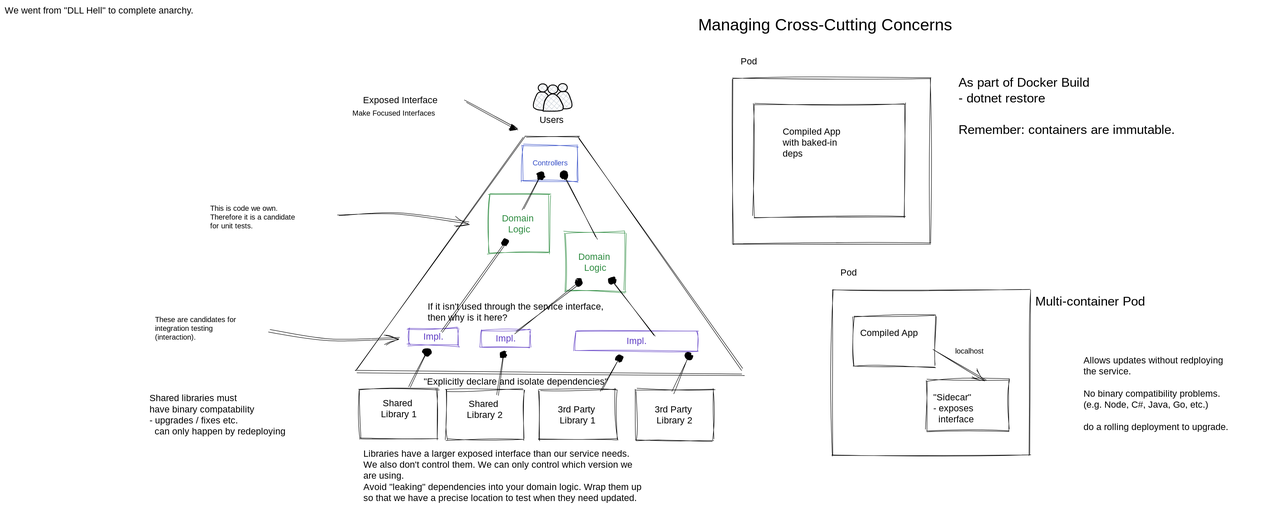
Earlier version of the Excalidraw export instructor-notes/Services Deps and Sidecars.excalidraw.svg (hypertheory-services/services-developer-testing-starter-nov-2022). Source tidied: one line per element, renumbered; positions are measured from the earlier drawing's top-left corner, leaving out a move shared by most shapes.
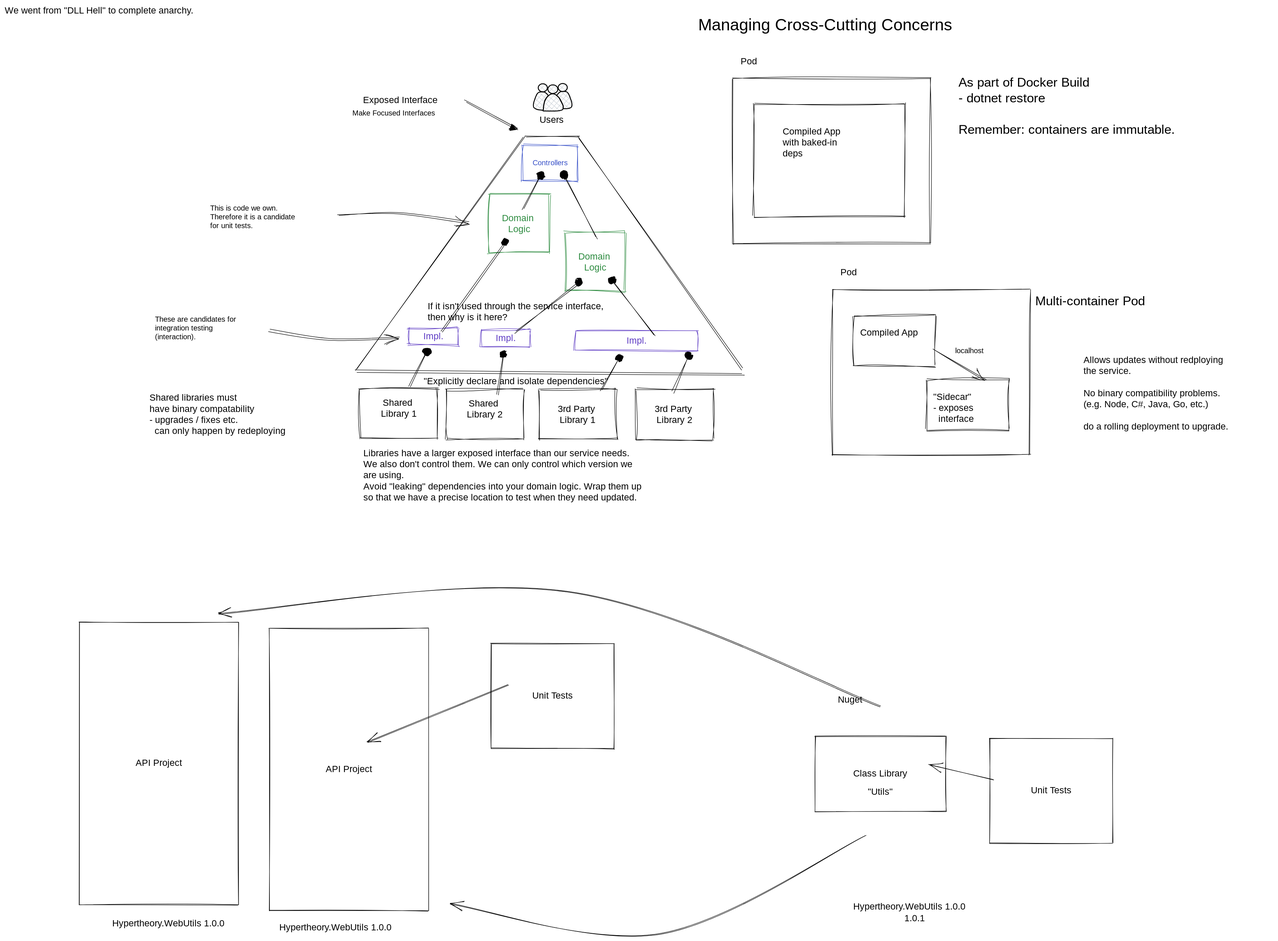
The same diagram one commit later.

Change to the diagram source:
```diff
@@ -66,3 +66,22 @@
 {"id": 65, "type": "text", "text": "This is code we own.\nTherefore it is a candidate\nfor unit tests.", "strokeColor": "#000000", "strokeWidth": 1, "roughness": 2, "fontSize": 16, "fontFamily": 3, "x": 445, "y": 431, "width": 254, "height": 57}
 {"id": 66, "type": "arrow", "strokeColor": "#000000", "strokeWidth": 1, "roughness": 2, "endArrowhead": "arrow", "from": 67, "x": 575, "y": 705, "width": 282, "height": 18, "points": [[0, 0], [130, 18], [282, 15]]}
 {"id": 67, "type": "text", "text": "These are candidates for \nintegration testing\n(interaction). ", "strokeColor": "#000000", "strokeWidth": 1, "roughness": 2, "fontSize": 16, "fontFamily": 3, "x": 326, "y": 672, "width": 235, "height": 57}
+{"id": 68, "type": "rectangle", "strokeColor": "#000000", "strokeWidth": 1, "roughness": 1, "x": 573, "y": 1351, "width": 345, "height": 612}
+{"id": 69, "type": "text", "text": "API Project", "strokeColor": "#000000", "strokeWidth": 1, "roughness": 1, "fontSize": 20, "fontFamily": 1, "textAlign": "center", "verticalAlign": "middle", "inside": 68, "x": 685, "y": 1644, "width": 121, "height": 25}
+{"id": 70, "type": "rectangle", "strokeColor": "#000000", "strokeWidth": 1, "roughness": 1, "x": 1053, "y": 1384, "width": 267, "height": 227}
+{"id": 71, "type": "text", "text": "Unit Tests", "strokeColor": "#000000", "strokeWidth": 1, "roughness": 1, "fontSize": 20, "fontFamily": 1, "textAlign": "center", "verticalAlign": "middle", "inside": 70, "x": 1131, "y": 1485, "width": 111, "height": 25}
+{"id": 72, "type": "arrow", "strokeColor": "#000000", "strokeWidth": 1, "roughness": 1, "endArrowhead": "arrow", "x": 1092, "y": 1474, "width": 305, "height": 123, "points": [[0, 0], [-305, 123]]}
+{"id": 73, "type": "text", "text": "\"Utils\"", "strokeColor": "#000000", "strokeWidth": 1, "roughness": 1, "fontSize": 20, "fontFamily": 1, "x": 1870, "y": 1694, "width": 61, "height": 25}
+{"id": 74, "type": "rectangle", "strokeColor": "#000000", "strokeWidth": 1, "roughness": 1, "x": 1755, "y": 1584, "width": 283, "height": 163}
+{"id": 75, "type": "text", "text": "Class Library", "strokeColor": "#000000", "strokeWidth": 1, "roughness": 1, "fontSize": 20, "fontFamily": 1, "textAlign": "center", "verticalAlign": "middle", "inside": 74, "x": 1831, "y": 1654, "width": 132, "height": 25}
+{"id": 76, "type": "rectangle", "strokeColor": "#000000", "strokeWidth": 1, "roughness": 1, "x": 2133, "y": 1589, "width": 267, "height": 227}
+{"id": 77, "type": "text", "text": "Unit Tests", "strokeColor": "#000000", "strokeWidth": 1, "roughness": 1, "fontSize": 20, "fontFamily": 1, "textAlign": "center", "verticalAlign": "middle", "inside": 76, "x": 2211, "y": 1690, "width": 111, "height": 25}
+{"id": 78, "type": "arrow", "strokeColor": "#000000", "strokeWidth": 1, "roughness": 1, "endArrowhead": "arrow", "x": 2142, "y": 1679, "width": 140, "height": 33, "points": [[0, 0], [-140, -33]]}
+{"id": 79, "type": "text", "text": "Nuget\n", "strokeColor": "#000000", "strokeWidth": 1, "roughness": 1, "fontSize": 20, "fontFamily": 1, "x": 1805, "y": 1494, "width": 58, "height": 50}
+{"id": 80, "type": "rectangle", "strokeColor": "#000000", "strokeWidth": 1, "roughness": 1, "x": 162, "y": 1338, "width": 345, "height": 612}
+{"id": 81, "type": "text", "text": "API Project", "strokeColor": "#000000", "strokeWidth": 1, "roughness": 1, "fontSize": 20, "fontFamily": 1, "textAlign": "center", "verticalAlign": "middle", "inside": 80, "x": 274, "y": 1631, "width": 121, "height": 25}
+{"id": 82, "type": "arrow", "strokeColor": "#000000", "strokeWidth": 1, "roughness": 1, "endArrowhead": "arrow", "x": 1865, "y": 1799, "width": 898, "height": 212, "points": [[0, 0], [-446, 212], [-898, 148]]}
+{"id": 83, "type": "arrow", "strokeColor": "#000000", "strokeWidth": 1, "roughness": 1, "endArrowhead": "arrow", "to": 80, "x": 1897, "y": 1519, "width": 1433, "height": 248, "points": [[0, 0], [-677, -248], [-1433, -200]]}
+{"id": 84, "type": "text", "text": "Hypertheory.WebUtils 1.0.0\n                    1.0.1", "strokeColor": "#000000", "strokeWidth": 1, "roughness": 1, "fontSize": 20, "fontFamily": 1, "x": 1838, "y": 1942, "width": 253, "height": 50}
+{"id": 85, "type": "text", "text": "Hypertheory.WebUtils 1.0.0", "strokeColor": "#000000", "strokeWidth": 1, "roughness": 1, "fontSize": 20, "fontFamily": 1, "x": 233, "y": 1979, "width": 254, "height": 25}
+{"id": 86, "type": "text", "text": "Hypertheory.WebUtils 1.0.0", "strokeColor": "#000000", "strokeWidth": 1, "roughness": 1, "fontSize": 20, "fontFamily": 1, "x": 595, "y": 1987, "width": 254, "height": 25}
```
